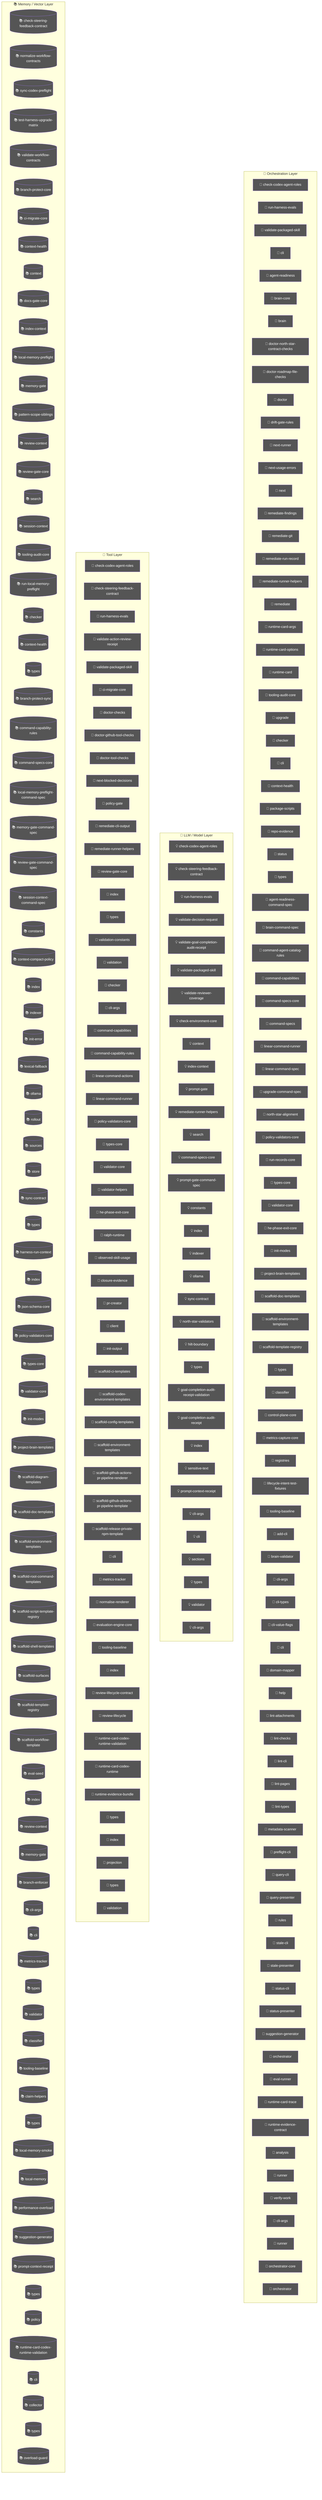
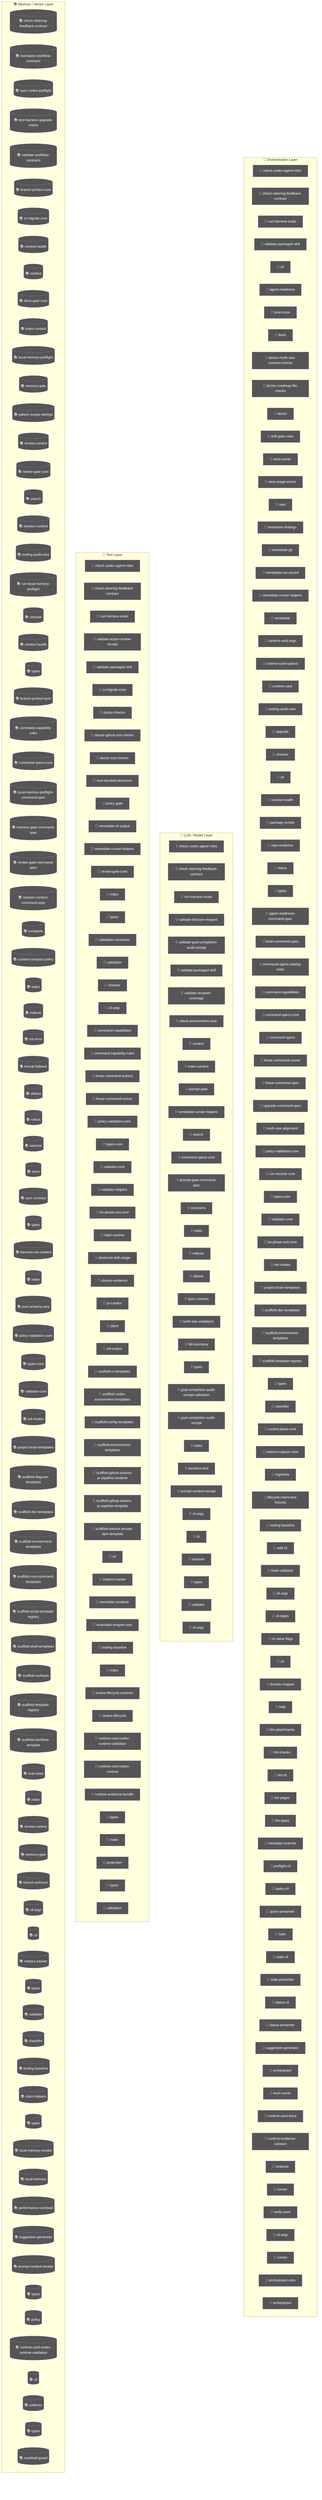
flowchart TD
  subgraph Orchestration["🎯 Orchestration Layer"]
    node_agent_mmd_orchestration_layer_orchestration_chec_7a9f0b64["🤖 check-codex-agent-roles"]
+     node_agent_mmd_orchestration_layer_orchestration_chec_7fd47f5c["🤖 check-steering-feedback-contract"]
    node_agent_mmd_orchestration_layer_orchestration_run__18817957["🤖 run-harness-evals"]
    node_agent_mmd_orchestration_layer_orchestration_vali_c01b04be["🤖 validate-packaged-skill"]
    cli_99bb8840["🤖 cli"]
    agent_readiness_c82c68e6["🤖 agent-readiness"]
    brain_core_aa07c380["🤖 brain-core"]
    brain_bbbf7a64["🤖 brain"]
    doctor_north_star_contract_checks_0048124c["🤖 doctor-north-star-contract-checks"]
    doctor_roadmap_file_checks_14447b8e["🤖 doctor-roadmap-file-checks"]
    doctor_72f4be89["🤖 doctor"]
    drift_gate_rules_9685e72d["🤖 drift-gate-rules"]
    next_runner_41643472["🤖 next-runner"]
    next_usage_errors_837a345a["🤖 next-usage-errors"]
    next_c6c1c9a9["🤖 next"]
    remediate_findings_8b09c8c6["🤖 remediate-findings"]
    remediate_git_58c6f6f4["🤖 remediate-git"]
    remediate_run_record_9dfe5dc1["🤖 remediate-run-record"]
    node_agent_mmd_orchestration_layer_orchestration_reme_359fe98f["🤖 remediate-runner-helpers"]
    remediate_06b9c7fc["🤖 remediate"]
    runtime_card_args_2b3d4b28["🤖 runtime-card-args"]
    runtime_card_options_c9156ad5["🤖 runtime-card-options"]
    runtime_card_e06b53e1["🤖 runtime-card"]
    node_agent_mmd_orchestration_layer_orchestration_tool_acfe0c01["🤖 tooling-audit-core"]
    upgrade_7fef9479["🤖 upgrade"]
    node_agent_mmd_orchestration_layer_orchestration_chec_0550c395["🤖 checker"]
    cli_1_084e05fe["🤖 cli"]
    node_agent_mmd_orchestration_layer_orchestration_cont_61b3b9c9["🤖 context-health"]
    package_scripts_3ee6150f["🤖 package-scripts"]
    repo_evidence_38bb1de5["🤖 repo-evidence"]
    status_073c1634["🤖 status"]
    node_agent_mmd_orchestration_layer_orchestration_type_4f906dcc["🤖 types"]
    agent_readiness_command_spec_a30c2c1e["🤖 agent-readiness-command-spec"]
    brain_command_spec_15b122d5["🤖 brain-command-spec"]
    command_agent_catalog_rules_8e06b2af["🤖 command-agent-catalog-rules"]
    node_agent_mmd_orchestration_layer_orchestration_comm_6e41a7f7["🤖 command-capabilities"]
    node_agent_mmd_orchestration_layer_orchestration_comm_1f8cc24c["🤖 command-specs-core"]
    command_specs_69167c63["🤖 command-specs"]
    node_agent_mmd_orchestration_layer_orchestration_line_b67affd5["🤖 linear-command-runner"]
    linear_command_spec_1e12dd44["🤖 linear-command-spec"]
    upgrade_command_spec_03f6c7bd["🤖 upgrade-command-spec"]
    north_star_alignment_00440188["🤖 north-star-alignment"]
    node_agent_mmd_orchestration_layer_orchestration_poli_3270b55d["🤖 policy-validators-core"]
    run_records_core_89286dfa["🤖 run-records-core"]
    node_agent_mmd_orchestration_layer_orchestration_type_7cf81261["🤖 types-core"]
    node_agent_mmd_orchestration_layer_orchestration_vali_d9fe99e6["🤖 validator-core"]
    node_agent_mmd_orchestration_layer_orchestration_he_p_fc778c24["🤖 he-phase-exit-core"]
    node_agent_mmd_orchestration_layer_orchestration_init_2a9c3ecb["🤖 init-modes"]
    node_agent_mmd_orchestration_layer_orchestration_proj_6ab6f60f["🤖 project-brain-templates"]
    node_agent_mmd_orchestration_layer_orchestration_scaf_12cc07db["🤖 scaffold-doc-templates"]
    node_agent_mmd_orchestration_layer_orchestration_scaf_c9a90c2f["🤖 scaffold-environment-templates"]
    node_agent_mmd_orchestration_layer_orchestration_scaf_ff8f92f6["🤖 scaffold-template-registry"]
    types_14_fe7507be["🤖 types"]
    node_agent_mmd_orchestration_layer_orchestration_clas_899b821a["🤖 classifier"]
    control_plane_core_db3b4cb2["🤖 control-plane-core"]
    metrics_capture_core_db4bf7cf["🤖 metrics-capture-core"]
    registries_06402afa["🤖 registries"]
    lifecycle_intent_test_fixtures_a53c7ada["🤖 lifecycle-intent-test-fixtures"]
    node_agent_mmd_orchestration_layer_orchestration_tool_cc43149f["🤖 tooling-baseline"]
    add_cli_7614de25["🤖 add-cli"]
    brain_validator_be251832["🤖 brain-validator"]
    cli_args_8_d546936e["🤖 cli-args"]
    cli_types_1686e858["🤖 cli-types"]
    cli_value_flags_732a8e43["🤖 cli-value-flags"]
    cli_9_b54c1407["🤖 cli"]
    domain_mapper_cd9333d2["🤖 domain-mapper"]
    help_106a5842["🤖 help"]
    lint_attachments_873c0632["🤖 lint-attachments"]
    lint_checks_83522b19["🤖 lint-checks"]
    lint_cli_9ec62ec0["🤖 lint-cli"]
    lint_pages_e33301d0["🤖 lint-pages"]
    lint_types_2862c255["🤖 lint-types"]
    metadata_scanner_6a101b66["🤖 metadata-scanner"]
    preflight_cli_5d148379["🤖 preflight-cli"]
    query_cli_b95be64d["🤖 query-cli"]
    query_presenter_02e6077c["🤖 query-presenter"]
    rules_6c621d1a["🤖 rules"]
    stale_cli_64548720["🤖 stale-cli"]
    stale_presenter_1de4e3a2["🤖 stale-presenter"]
    status_cli_4c24a0d6["🤖 status-cli"]
    status_presenter_8de686c1["🤖 status-presenter"]
    node_agent_mmd_orchestration_layer_orchestration_sugg_85c5ebe3["🤖 suggestion-generator"]
    orchestrator_11376b7e["🤖 orchestrator"]
    eval_runner_0966a6b3["🤖 eval-runner"]
    runtime_card_trace_64a5ca95["🤖 runtime-card-trace"]
    runtime_evidence_contract_0f7b15b2["🤖 runtime-evidence-contract"]
    analysis_f44e85c4["🤖 analysis"]
    runner_527aa9f4["🤖 runner"]
    verify_work_1_cd8e7ec3["🤖 verify-work"]
    cli_args_14_3481043e["🤖 cli-args"]
    runner_1_6f281bf8["🤖 runner"]
    orchestrator_core_d0678b53["🤖 orchestrator-core"]
    orchestrator_1_6b7137c5["🤖 orchestrator"]
  end
  subgraph LLMLayer["🧠 LLM / Model Layer"]
    node_agent_mmd_llm_model_layer_llmlayer_check_codex_a_29e7b7fa["💡 check-codex-agent-roles"]
-     node_agent_mmd_llm_model_layer_llmlayer_check_steerin_a7dbbd2f["💡 check-steering-feedback-contract"]
+     node_agent_mmd_llm_model_layer_llmlayer_check_steerin_0e1bf90d["💡 check-steering-feedback-contract"]
    node_agent_mmd_llm_model_layer_llmlayer_run_harness_e_603fcfdc["💡 run-harness-evals"]
    validate_decision_request_2e5c325e["💡 validate-decision-request"]
    validate_goal_completion_audit_receipt_100d252c["💡 validate-goal-completion-audit-receipt"]
    node_agent_mmd_llm_model_layer_llmlayer_validate_pack_2a12e1f4["💡 validate-packaged-skill"]
    validate_reviewer_coverage_251efee3["💡 validate-reviewer-coverage"]
    check_environment_core_2c16213f["💡 check-environment-core"]
    node_agent_mmd_llm_model_layer_llmlayer_context_conte_ad2dfbd9["💡 context"]
    node_agent_mmd_llm_model_layer_llmlayer_index_context_1041bd11["💡 index-context"]
    prompt_gate_c5e9d207["💡 prompt-gate"]
    node_agent_mmd_llm_model_layer_llmlayer_remediate_run_9e3d4585["💡 remediate-runner-helpers"]
    node_agent_mmd_llm_model_layer_llmlayer_search_search_66b9a911["💡 search"]
    node_agent_mmd_llm_model_layer_llmlayer_command_specs_782af9fa["💡 command-specs-core"]
    prompt_gate_command_spec_9a941482["💡 prompt-gate-command-spec"]
    node_agent_mmd_llm_model_layer_llmlayer_constants_con_c9bd3f6c["💡 constants"]
    node_agent_mmd_llm_model_layer_llmlayer_index_index_1_02e160ff["💡 index"]
    node_agent_mmd_llm_model_layer_llmlayer_indexer_index_4f4deef5["💡 indexer"]
    node_agent_mmd_llm_model_layer_llmlayer_ollama_ollama_968b23fa["💡 ollama"]
    node_agent_mmd_llm_model_layer_llmlayer_sync_contract_9f3cc8c1["💡 sync-contract"]
    north_star_validators_cfc926ce["💡 north-star-validators"]
    hilt_boundary_9b36fb15["💡 hilt-boundary"]
    types_8_f6283648["💡 types"]
    goal_completion_audit_receipt_validation_9d0f4891["💡 goal-completion-audit-receipt-validation"]
    goal_completion_audit_receipt_5e4939c3["💡 goal-completion-audit-receipt"]
    index_3_7e40d474["💡 index"]
    sensitive_text_7c11f760["💡 sensitive-text"]
    node_agent_mmd_llm_model_layer_llmlayer_index_index_1_02e160ff["💡 index"]
    node_agent_mmd_llm_model_layer_llmlayer_prompt_contex_6426acc2["💡 prompt-context-receipt"]
    cli_args_9_9c136878["💡 cli-args"]
    cli_10_35dc8cbd["💡 cli"]
    sections_4697ef32["💡 sections"]
    types_24_c63dc1a7["💡 types"]
    validator_6_3688adbf["💡 validator"]
    cli_args_10_861cdd3f["💡 cli-args"]
  end
  subgraph ToolLayer["🔧 Tool Layer"]
    node_agent_mmd_tool_layer_toollayer_check_codex_agent_4b361d5a["🔧 check-codex-agent-roles"]
-     node_agent_mmd_tool_layer_toollayer_check_steering_fe_84ed22c2["🔧 check-steering-feedback-contract"]
+     node_agent_mmd_tool_layer_toollayer_check_steering_fe_eafecf3a["🔧 check-steering-feedback-contract"]
    node_agent_mmd_tool_layer_toollayer_run_harness_evals_e2ee24f1["🔧 run-harness-evals"]
    validate_action_review_receipt_fa2f06c3["🔧 validate-action-review-receipt"]
    node_agent_mmd_tool_layer_toollayer_validate_packaged_2855c827["🔧 validate-packaged-skill"]
    node_agent_mmd_tool_layer_toollayer_ci_migrate_core_c_049f8460["🔧 ci-migrate-core"]
    doctor_checks_5a2eb2b9["🔧 doctor-checks"]
    doctor_github_tool_checks_a53b0382["🔧 doctor-github-tool-checks"]
    doctor_tool_checks_4acac51a["🔧 doctor-tool-checks"]
    next_blocked_decisions_4140ad2b["🔧 next-blocked-decisions"]
    policy_gate_213f7313["🔧 policy-gate"]
    remediate_cli_output_cc165396["🔧 remediate-cli-output"]
    node_agent_mmd_tool_layer_toollayer_remediate_runner__c003b871["🔧 remediate-runner-helpers"]
    node_agent_mmd_tool_layer_toollayer_review_gate_core__7704598b["🔧 review-gate-core"]
    index_1bc04b52["🔧 index"]
    types_1_4ecdf56e["🔧 types"]
    validation_constants_e002a0f6["🔧 validation-constants"]
    validation_98c41dcd["🔧 validation"]
    node_agent_mmd_tool_layer_toollayer_checker_checker_2_453d593b["🔧 checker"]
    cli_args_1_6144b055["🔧 cli-args"]
    node_agent_mmd_tool_layer_toollayer_command_capabilit_7fe13db1["🔧 command-capabilities"]
    node_agent_mmd_tool_layer_toollayer_command_capabilit_e97a4615["🔧 command-capability-rules"]
    linear_command_actions_e430f4f4["🔧 linear-command-actions"]
    node_agent_mmd_tool_layer_toollayer_linear_command_ru_d6763748["🔧 linear-command-runner"]
    node_agent_mmd_tool_layer_toollayer_policy_validators_af136abf["🔧 policy-validators-core"]
    node_agent_mmd_tool_layer_toollayer_types_core_types__6c8319b6["🔧 types-core"]
    node_agent_mmd_tool_layer_toollayer_validator_core_va_6ef6131f["🔧 validator-core"]
    validator_helpers_7b927667["🔧 validator-helpers"]
    node_agent_mmd_tool_layer_toollayer_he_phase_exit_cor_af016160["🔧 he-phase-exit-core"]
    ralph_runtime_73d63c0e["🔧 ralph-runtime"]
    observed_skill_usage_ed7d5930["🔧 observed-skill-usage"]
    closure_evidence_aaa31467["🔧 closure-evidence"]
    pr_creator_dc6b1ea4["🔧 pr-creator"]
    client_948fe603["🔧 client"]
    init_output_360dce91["🔧 init-output"]
    scaffold_ci_templates_2afd6392["🔧 scaffold-ci-templates"]
    scaffold_codex_environment_templates_334fbbed["🔧 scaffold-codex-environment-templates"]
    scaffold_config_templates_4b80ce53["🔧 scaffold-config-templates"]
    node_agent_mmd_tool_layer_toollayer_scaffold_environm_c1afc013["🔧 scaffold-environment-templates"]
    scaffold_github_actions_pr_pipeline_renderer_1ee18de5["🔧 scaffold-github-actions-pr-pipeline-renderer"]
    scaffold_github_actions_pr_pipeline_template_e2b85f62["🔧 scaffold-github-actions-pr-pipeline-template"]
    scaffold_release_private_npm_template_075499f8["🔧 scaffold-release-private-npm-template"]
    node_agent_mmd_tool_layer_toollayer_cli_cli_2_1_32d9eeaf["🔧 cli"]
    node_agent_mmd_tool_layer_toollayer_metrics_tracker_m_4c9237d8["🔧 metrics-tracker"]
    normalise_renderer_85f2e563["🔧 normalise-renderer"]
    evaluation_engine_core_e054fe49["🔧 evaluation-engine-core"]
    node_agent_mmd_tool_layer_toollayer_tooling_baseline__61e66e9f["🔧 tooling-baseline"]
    index_10_f6785a46["🔧 index"]
    review_lifecycle_contract_e5447221["🔧 review-lifecycle-contract"]
    review_lifecycle_89afa64c["🔧 review-lifecycle"]
    node_agent_mmd_tool_layer_toollayer_runtime_card_code_3636ceac["🔧 runtime-card-codex-runtime-validation"]
    runtime_card_codex_runtime_0655e230["🔧 runtime-card-codex-runtime"]
    runtime_evidence_bundle_d471a232["🔧 runtime-evidence-bundle"]
    types_33_16e22a82["🔧 types"]
    index_13_97df39c8["🔧 index"]
    projection_1b250ea1["🔧 projection"]
    types_35_93e66c64["🔧 types"]
    validation_5_42b61683["🔧 validation"]
  end
  subgraph MemoryLayer["📚 Memory / Vector Layer"]
-     node_agent_mmd_memory_vector_layer_memorylayer_check__d71f8993[("📚 check-steering-feedback-contract")]
+     node_agent_mmd_memory_vector_layer_memorylayer_check__64c86928[("📚 check-steering-feedback-contract")]
    normalize_workflow_contracts_8701f1c8[("📚 normalize-workflow-contracts")]
    sync_codex_preflight_7e7a8dc2[("📚 sync-codex-preflight")]
    test_harness_upgrade_matrix_84113c4e[("📚 test-harness-upgrade-matrix")]
    validate_workflow_contracts_33dc063c[("📚 validate-workflow-contracts")]
    branch_protect_core_a8feb0fd[("📚 branch-protect-core")]
    node_agent_mmd_memory_vector_layer_memorylayer_ci_mig_0cd5b1a4[("📚 ci-migrate-core")]
    context_health_80bb7da9[("📚 context-health")]
    node_agent_mmd_memory_vector_layer_memorylayer_contex_78ceaaa9[("📚 context")]
    docs_gate_core_eb9b6c18[("📚 docs-gate-core")]
    node_agent_mmd_memory_vector_layer_memorylayer_index__6f3402d0[("📚 index-context")]
    local_memory_preflight_dcc36c42[("📚 local-memory-preflight")]
    memory_gate_a577a506[("📚 memory-gate")]
    pattern_scope_siblings_43abe000[("📚 pattern-scope-siblings")]
    review_context_ca6cf81d[("📚 review-context")]
    node_agent_mmd_memory_vector_layer_memorylayer_review_5bee9816[("📚 review-gate-core")]
    node_agent_mmd_memory_vector_layer_memorylayer_search_ac35cb7e[("📚 search")]
    session_context_e5ec72c0[("📚 session-context")]
    node_agent_mmd_memory_vector_layer_memorylayer_toolin_a1185b8f[("📚 tooling-audit-core")]
    run_local_memory_preflight_36e92808[("📚 run-local-memory-preflight")]
    node_agent_mmd_memory_vector_layer_memorylayer_checke_a583eb4f[("📚 checker")]
    node_agent_mmd_memory_vector_layer_memorylayer_contex_fe0865d6[("📚 context-health")]
    node_agent_mmd_memory_vector_layer_memorylayer_types__9ad640a0[("📚 types")]
    branch_protect_sync_570adb18[("📚 branch-protect-sync")]
    node_agent_mmd_memory_vector_layer_memorylayer_comman_c72a5d05[("📚 command-capability-rules")]
    node_agent_mmd_memory_vector_layer_memorylayer_comman_111eb454[("📚 command-specs-core")]
    local_memory_preflight_command_spec_9e23f3ce[("📚 local-memory-preflight-command-spec")]
    memory_gate_command_spec_dc9001a9[("📚 memory-gate-command-spec")]
    review_gate_command_spec_3187376a[("📚 review-gate-command-spec")]
    session_context_command_spec_973afbb1[("📚 session-context-command-spec")]
    node_agent_mmd_memory_vector_layer_memorylayer_consta_702d3f46[("📚 constants")]
    context_compact_policy_3dcaf95d[("📚 context-compact-policy")]
    node_agent_mmd_memory_vector_layer_memorylayer_index__752bc61e[("📚 index")]
    node_agent_mmd_memory_vector_layer_memorylayer_indexe_93e6d86f[("📚 indexer")]
    init_error_5c7dd49f[("📚 init-error")]
    lexical_fallback_723e2b3e[("📚 lexical-fallback")]
    node_agent_mmd_memory_vector_layer_memorylayer_ollama_6d51be16[("📚 ollama")]
    rollout_a4fa034c[("📚 rollout")]
    sources_878a52fc[("📚 sources")]
    store_824d80d7[("📚 store")]
    node_agent_mmd_memory_vector_layer_memorylayer_sync_c_e43418bc[("📚 sync-contract")]
    types_6_1818fb91[("📚 types")]
    harness_run_context_ac7c77a9[("📚 harness-run-context")]
    index_2_10143590[("📚 index")]
    json_schema_core_96d7e328[("📚 json-schema-core")]
    node_agent_mmd_memory_vector_layer_memorylayer_policy_1944de42[("📚 policy-validators-core")]
    node_agent_mmd_memory_vector_layer_memorylayer_types__83f369fa[("📚 types-core")]
    node_agent_mmd_memory_vector_layer_memorylayer_valida_41034356[("📚 validator-core")]
    node_agent_mmd_memory_vector_layer_memorylayer_init_m_333d02c5[("📚 init-modes")]
    node_agent_mmd_memory_vector_layer_memorylayer_projec_3ae304d9[("📚 project-brain-templates")]
    scaffold_diagram_templates_dd88e83c[("📚 scaffold-diagram-templates")]
    node_agent_mmd_memory_vector_layer_memorylayer_scaffo_5fd73b94[("📚 scaffold-doc-templates")]
    node_agent_mmd_memory_vector_layer_memorylayer_scaffo_12b42341[("📚 scaffold-environment-templates")]
    scaffold_root_command_templates_404fed7f[("📚 scaffold-root-command-templates")]
    scaffold_script_template_registry_69312d4e[("📚 scaffold-script-template-registry")]
    scaffold_shell_templates_0ad0f915[("📚 scaffold-shell-templates")]
    scaffold_surfaces_12d6494e[("📚 scaffold-surfaces")]
    node_agent_mmd_memory_vector_layer_memorylayer_scaffo_a86eece1[("📚 scaffold-template-registry")]
    scaffold_workflow_template_92310587[("📚 scaffold-workflow-template")]
    eval_seed_5699fd3e[("📚 eval-seed")]
    index_7_b61a3f30[("📚 index")]
    review_context_1_e3afed15[("📚 review-context")]
    memory_gate_1_265164ac[("📚 memory-gate")]
    branch_enforcer_acb749cd[("📚 branch-enforcer")]
    cli_args_5_09ea29f0[("📚 cli-args")]
    node_agent_mmd_memory_vector_layer_memorylayer_cli_cl_1f1f89ab[("📚 cli")]
    node_agent_mmd_memory_vector_layer_memorylayer_metric_12562178[("📚 metrics-tracker")]
    types_16_0fae1112[("📚 types")]
    validator_4_5180cf23[("📚 validator")]
    node_agent_mmd_memory_vector_layer_memorylayer_classi_1ebbf5ff[("📚 classifier")]
    node_agent_mmd_memory_vector_layer_memorylayer_toolin_14f86b00[("📚 tooling-baseline")]
    claim_helpers_20dc8387[("📚 claim-helpers")]
    types_21_5756f9dc[("📚 types")]
    local_memory_smoke_1175abfc[("📚 local-memory-smoke")]
    local_memory_0db17ecc[("📚 local-memory")]
    performance_overload_c685bfcf[("📚 performance-overload")]
    node_agent_mmd_memory_vector_layer_memorylayer_sugges_267f408d[("📚 suggestion-generator")]
    node_agent_mmd_memory_vector_layer_memorylayer_index__752bc61e[("📚 index")]
    node_agent_mmd_memory_vector_layer_memorylayer_prompt_55c0d605[("📚 prompt-context-receipt")]
    types_28_4476fcc6[("📚 types")]
    policy_1_fc4198db[("📚 policy")]
    node_agent_mmd_memory_vector_layer_memorylayer_runtim_a5d23e7f[("📚 runtime-card-codex-runtime-validation")]
    cli_11_338a8415[("📚 cli")]
    collector_0736fd5b[("📚 collector")]
    types_31_eb363e20[("📚 types")]
    overload_guard_2748c559[("📚 overload-guard")]
  end
  classDef agentNode fill:#555,color:#fff
-   class node_agent_mmd_orchestration_layer_orchestration_chec_7a9f0b64,node_agent_mmd_llm_model_layer_llmlayer_check_codex_a_29e7b7fa,node_agent_mmd_tool_layer_toollayer_check_codex_agent_4b361d5a,node_agent_mmd_orchestration_layer_orchestration_run__18817957,node_agent_mmd_llm_model_layer_llmlayer_run_harness_e_603fcfdc,node_agent_mmd_tool_layer_toollayer_run_harness_evals_e2ee24f1,node_agent_mmd_orchestration_layer_orchestration_vali_c01b04be,node_agent_mmd_llm_model_layer_llmlayer_validate_pack_2a12e1f4,node_agent_mmd_tool_layer_toollayer_validate_packaged_2855c827,cli_99bb8840,agent_readiness_c82c68e6,brain_core_aa07c380,brain_bbbf7a64,doctor_north_star_contract_checks_0048124c,doctor_roadmap_file_checks_14447b8e,doctor_72f4be89,drift_gate_rules_9685e72d,next_runner_41643472,next_usage_errors_837a345a,next_c6c1c9a9,remediate_findings_8b09c8c6,remediate_git_58c6f6f4,remediate_run_record_9dfe5dc1,node_agent_mmd_orchestration_layer_orchestration_reme_359fe98f,node_agent_mmd_llm_model_layer_llmlayer_remediate_run_9e3d4585,node_agent_mmd_tool_layer_toollayer_remediate_runner__c003b871,remediate_06b9c7fc,runtime_card_args_2b3d4b28,runtime_card_options_c9156ad5,runtime_card_e06b53e1,node_agent_mmd_orchestration_layer_orchestration_tool_acfe0c01,node_agent_mmd_memory_vector_layer_memorylayer_toolin_a1185b8f,upgrade_7fef9479,node_agent_mmd_orchestration_layer_orchestration_chec_0550c395,node_agent_mmd_tool_layer_toollayer_checker_checker_2_453d593b,node_agent_mmd_memory_vector_layer_memorylayer_checke_a583eb4f,cli_1_084e05fe,node_agent_mmd_orchestration_layer_orchestration_cont_61b3b9c9,node_agent_mmd_memory_vector_layer_memorylayer_contex_fe0865d6,package_scripts_3ee6150f,repo_evidence_38bb1de5,status_073c1634,node_agent_mmd_orchestration_layer_orchestration_type_4f906dcc,node_agent_mmd_memory_vector_layer_memorylayer_types__9ad640a0,agent_readiness_command_spec_a30c2c1e,brain_command_spec_15b122d5,command_agent_catalog_rules_8e06b2af,node_agent_mmd_orchestration_layer_orchestration_comm_6e41a7f7,node_agent_mmd_tool_layer_toollayer_command_capabilit_7fe13db1,node_agent_mmd_orchestration_layer_orchestration_comm_1f8cc24c,node_agent_mmd_llm_model_layer_llmlayer_command_specs_782af9fa,node_agent_mmd_memory_vector_layer_memorylayer_comman_111eb454,command_specs_69167c63,node_agent_mmd_orchestration_layer_orchestration_line_b67affd5,node_agent_mmd_tool_layer_toollayer_linear_command_ru_d6763748,linear_command_spec_1e12dd44,upgrade_command_spec_03f6c7bd,north_star_alignment_00440188,node_agent_mmd_orchestration_layer_orchestration_poli_3270b55d,node_agent_mmd_tool_layer_toollayer_policy_validators_af136abf,node_agent_mmd_memory_vector_layer_memorylayer_policy_1944de42,run_records_core_89286dfa,node_agent_mmd_orchestration_layer_orchestration_type_7cf81261,node_agent_mmd_tool_layer_toollayer_types_core_types__6c8319b6,node_agent_mmd_memory_vector_layer_memorylayer_types__83f369fa,node_agent_mmd_orchestration_layer_orchestration_vali_d9fe99e6,node_agent_mmd_tool_layer_toollayer_validator_core_va_6ef6131f,node_agent_mmd_memory_vector_layer_memorylayer_valida_41034356,node_agent_mmd_orchestration_layer_orchestration_he_p_fc778c24,node_agent_mmd_tool_layer_toollayer_he_phase_exit_cor_af016160,node_agent_mmd_orchestration_layer_orchestration_init_2a9c3ecb,node_agent_mmd_memory_vector_layer_memorylayer_init_m_333d02c5,node_agent_mmd_orchestration_layer_orchestration_proj_6ab6f60f,node_agent_mmd_memory_vector_layer_memorylayer_projec_3ae304d9,node_agent_mmd_orchestration_layer_orchestration_scaf_12cc07db,node_agent_mmd_memory_vector_layer_memorylayer_scaffo_5fd73b94,node_agent_mmd_orchestration_layer_orchestration_scaf_c9a90c2f,node_agent_mmd_tool_layer_toollayer_scaffold_environm_c1afc013,node_agent_mmd_memory_vector_layer_memorylayer_scaffo_12b42341,node_agent_mmd_orchestration_layer_orchestration_scaf_ff8f92f6,node_agent_mmd_memory_vector_layer_memorylayer_scaffo_a86eece1,types_14_fe7507be,node_agent_mmd_orchestration_layer_orchestration_clas_899b821a,node_agent_mmd_memory_vector_layer_memorylayer_classi_1ebbf5ff,control_plane_core_db3b4cb2,metrics_capture_core_db4bf7cf,registries_06402afa,lifecycle_intent_test_fixtures_a53c7ada,node_agent_mmd_orchestration_layer_orchestration_tool_cc43149f,node_agent_mmd_tool_layer_toollayer_tooling_baseline__61e66e9f,node_agent_mmd_memory_vector_layer_memorylayer_toolin_14f86b00,add_cli_7614de25,brain_validator_be251832,cli_args_8_d546936e,cli_types_1686e858,cli_value_flags_732a8e43,cli_9_b54c1407,domain_mapper_cd9333d2,help_106a5842,lint_attachments_873c0632,lint_checks_83522b19,lint_cli_9ec62ec0,lint_pages_e33301d0,lint_types_2862c255,metadata_scanner_6a101b66,preflight_cli_5d148379,query_cli_b95be64d,query_presenter_02e6077c,rules_6c621d1a,stale_cli_64548720,stale_presenter_1de4e3a2,status_cli_4c24a0d6,status_presenter_8de686c1,node_agent_mmd_orchestration_layer_orchestration_sugg_85c5ebe3,node_agent_mmd_memory_vector_layer_memorylayer_sugges_267f408d,orchestrator_11376b7e,eval_runner_0966a6b3,runtime_card_trace_64a5ca95,runtime_evidence_contract_0f7b15b2,analysis_f44e85c4,runner_527aa9f4,verify_work_1_cd8e7ec3,cli_args_14_3481043e,runner_1_6f281bf8,orchestrator_core_d0678b53,orchestrator_1_6b7137c5 agentNode
+   class node_agent_mmd_orchestration_layer_orchestration_chec_7a9f0b64,node_agent_mmd_llm_model_layer_llmlayer_check_codex_a_29e7b7fa,node_agent_mmd_tool_layer_toollayer_check_codex_agent_4b361d5a,node_agent_mmd_orchestration_layer_orchestration_chec_7fd47f5c,node_agent_mmd_llm_model_layer_llmlayer_check_steerin_0e1bf90d,node_agent_mmd_tool_layer_toollayer_check_steering_fe_eafecf3a,node_agent_mmd_memory_vector_layer_memorylayer_check__64c86928,node_agent_mmd_orchestration_layer_orchestration_run__18817957,node_agent_mmd_llm_model_layer_llmlayer_run_harness_e_603fcfdc,node_agent_mmd_tool_layer_toollayer_run_harness_evals_e2ee24f1,node_agent_mmd_orchestration_layer_orchestration_vali_c01b04be,node_agent_mmd_llm_model_layer_llmlayer_validate_pack_2a12e1f4,node_agent_mmd_tool_layer_toollayer_validate_packaged_2855c827,cli_99bb8840,agent_readiness_c82c68e6,brain_core_aa07c380,brain_bbbf7a64,doctor_north_star_contract_checks_0048124c,doctor_roadmap_file_checks_14447b8e,doctor_72f4be89,drift_gate_rules_9685e72d,next_runner_41643472,next_usage_errors_837a345a,next_c6c1c9a9,remediate_findings_8b09c8c6,remediate_git_58c6f6f4,remediate_run_record_9dfe5dc1,node_agent_mmd_orchestration_layer_orchestration_reme_359fe98f,node_agent_mmd_llm_model_layer_llmlayer_remediate_run_9e3d4585,node_agent_mmd_tool_layer_toollayer_remediate_runner__c003b871,remediate_06b9c7fc,runtime_card_args_2b3d4b28,runtime_card_options_c9156ad5,runtime_card_e06b53e1,node_agent_mmd_orchestration_layer_orchestration_tool_acfe0c01,node_agent_mmd_memory_vector_layer_memorylayer_toolin_a1185b8f,upgrade_7fef9479,node_agent_mmd_orchestration_layer_orchestration_chec_0550c395,node_agent_mmd_tool_layer_toollayer_checker_checker_2_453d593b,node_agent_mmd_memory_vector_layer_memorylayer_checke_a583eb4f,cli_1_084e05fe,node_agent_mmd_orchestration_layer_orchestration_cont_61b3b9c9,node_agent_mmd_memory_vector_layer_memorylayer_contex_fe0865d6,package_scripts_3ee6150f,repo_evidence_38bb1de5,status_073c1634,node_agent_mmd_orchestration_layer_orchestration_type_4f906dcc,node_agent_mmd_memory_vector_layer_memorylayer_types__9ad640a0,agent_readiness_command_spec_a30c2c1e,brain_command_spec_15b122d5,command_agent_catalog_rules_8e06b2af,node_agent_mmd_orchestration_layer_orchestration_comm_6e41a7f7,node_agent_mmd_tool_layer_toollayer_command_capabilit_7fe13db1,node_agent_mmd_orchestration_layer_orchestration_comm_1f8cc24c,node_agent_mmd_llm_model_layer_llmlayer_command_specs_782af9fa,node_agent_mmd_memory_vector_layer_memorylayer_comman_111eb454,command_specs_69167c63,node_agent_mmd_orchestration_layer_orchestration_line_b67affd5,node_agent_mmd_tool_layer_toollayer_linear_command_ru_d6763748,linear_command_spec_1e12dd44,upgrade_command_spec_03f6c7bd,north_star_alignment_00440188,node_agent_mmd_orchestration_layer_orchestration_poli_3270b55d,node_agent_mmd_tool_layer_toollayer_policy_validators_af136abf,node_agent_mmd_memory_vector_layer_memorylayer_policy_1944de42,run_records_core_89286dfa,node_agent_mmd_orchestration_layer_orchestration_type_7cf81261,node_agent_mmd_tool_layer_toollayer_types_core_types__6c8319b6,node_agent_mmd_memory_vector_layer_memorylayer_types__83f369fa,node_agent_mmd_orchestration_layer_orchestration_vali_d9fe99e6,node_agent_mmd_tool_layer_toollayer_validator_core_va_6ef6131f,node_agent_mmd_memory_vector_layer_memorylayer_valida_41034356,node_agent_mmd_orchestration_layer_orchestration_he_p_fc778c24,node_agent_mmd_tool_layer_toollayer_he_phase_exit_cor_af016160,node_agent_mmd_orchestration_layer_orchestration_init_2a9c3ecb,node_agent_mmd_memory_vector_layer_memorylayer_init_m_333d02c5,node_agent_mmd_orchestration_layer_orchestration_proj_6ab6f60f,node_agent_mmd_memory_vector_layer_memorylayer_projec_3ae304d9,node_agent_mmd_orchestration_layer_orchestration_scaf_12cc07db,node_agent_mmd_memory_vector_layer_memorylayer_scaffo_5fd73b94,node_agent_mmd_orchestration_layer_orchestration_scaf_c9a90c2f,node_agent_mmd_tool_layer_toollayer_scaffold_environm_c1afc013,node_agent_mmd_memory_vector_layer_memorylayer_scaffo_12b42341,node_agent_mmd_orchestration_layer_orchestration_scaf_ff8f92f6,node_agent_mmd_memory_vector_layer_memorylayer_scaffo_a86eece1,types_14_fe7507be,node_agent_mmd_orchestration_layer_orchestration_clas_899b821a,node_agent_mmd_memory_vector_layer_memorylayer_classi_1ebbf5ff,control_plane_core_db3b4cb2,metrics_capture_core_db4bf7cf,registries_06402afa,lifecycle_intent_test_fixtures_a53c7ada,node_agent_mmd_orchestration_layer_orchestration_tool_cc43149f,node_agent_mmd_tool_layer_toollayer_tooling_baseline__61e66e9f,node_agent_mmd_memory_vector_layer_memorylayer_toolin_14f86b00,add_cli_7614de25,brain_validator_be251832,cli_args_8_d546936e,cli_types_1686e858,cli_value_flags_732a8e43,cli_9_b54c1407,domain_mapper_cd9333d2,help_106a5842,lint_attachments_873c0632,lint_checks_83522b19,lint_cli_9ec62ec0,lint_pages_e33301d0,lint_types_2862c255,metadata_scanner_6a101b66,preflight_cli_5d148379,query_cli_b95be64d,query_presenter_02e6077c,rules_6c621d1a,stale_cli_64548720,stale_presenter_1de4e3a2,status_cli_4c24a0d6,status_presenter_8de686c1,node_agent_mmd_orchestration_layer_orchestration_sugg_85c5ebe3,node_agent_mmd_memory_vector_layer_memorylayer_sugges_267f408d,orchestrator_11376b7e,eval_runner_0966a6b3,runtime_card_trace_64a5ca95,runtime_evidence_contract_0f7b15b2,analysis_f44e85c4,runner_527aa9f4,verify_work_1_cd8e7ec3,cli_args_14_3481043e,runner_1_6f281bf8,orchestrator_core_d0678b53,orchestrator_1_6b7137c5 agentNode
  classDef llmNode fill:#555,color:#fff
-   class node_agent_mmd_orchestration_layer_orchestration_chec_7a9f0b64,node_agent_mmd_llm_model_layer_llmlayer_check_codex_a_29e7b7fa,node_agent_mmd_tool_layer_toollayer_check_codex_agent_4b361d5a,node_agent_mmd_llm_model_layer_llmlayer_check_steerin_a7dbbd2f,node_agent_mmd_tool_layer_toollayer_check_steering_fe_84ed22c2,node_agent_mmd_memory_vector_layer_memorylayer_check__d71f8993,node_agent_mmd_orchestration_layer_orchestration_run__18817957,node_agent_mmd_llm_model_layer_llmlayer_run_harness_e_603fcfdc,node_agent_mmd_tool_layer_toollayer_run_harness_evals_e2ee24f1,validate_decision_request_2e5c325e,validate_goal_completion_audit_receipt_100d252c,node_agent_mmd_orchestration_layer_orchestration_vali_c01b04be,node_agent_mmd_llm_model_layer_llmlayer_validate_pack_2a12e1f4,node_agent_mmd_tool_layer_toollayer_validate_packaged_2855c827,validate_reviewer_coverage_251efee3,check_environment_core_2c16213f,node_agent_mmd_llm_model_layer_llmlayer_context_conte_ad2dfbd9,node_agent_mmd_memory_vector_layer_memorylayer_contex_78ceaaa9,node_agent_mmd_llm_model_layer_llmlayer_index_context_1041bd11,node_agent_mmd_memory_vector_layer_memorylayer_index__6f3402d0,prompt_gate_c5e9d207,node_agent_mmd_orchestration_layer_orchestration_reme_359fe98f,node_agent_mmd_llm_model_layer_llmlayer_remediate_run_9e3d4585,node_agent_mmd_tool_layer_toollayer_remediate_runner__c003b871,node_agent_mmd_llm_model_layer_llmlayer_search_search_66b9a911,node_agent_mmd_memory_vector_layer_memorylayer_search_ac35cb7e,node_agent_mmd_orchestration_layer_orchestration_comm_1f8cc24c,node_agent_mmd_llm_model_layer_llmlayer_command_specs_782af9fa,node_agent_mmd_memory_vector_layer_memorylayer_comman_111eb454,prompt_gate_command_spec_9a941482,node_agent_mmd_llm_model_layer_llmlayer_constants_con_c9bd3f6c,node_agent_mmd_memory_vector_layer_memorylayer_consta_702d3f46,node_agent_mmd_llm_model_layer_llmlayer_index_index_1_02e160ff,node_agent_mmd_memory_vector_layer_memorylayer_index__752bc61e,node_agent_mmd_llm_model_layer_llmlayer_indexer_index_4f4deef5,node_agent_mmd_memory_vector_layer_memorylayer_indexe_93e6d86f,node_agent_mmd_llm_model_layer_llmlayer_ollama_ollama_968b23fa,node_agent_mmd_memory_vector_layer_memorylayer_ollama_6d51be16,node_agent_mmd_llm_model_layer_llmlayer_sync_contract_9f3cc8c1,node_agent_mmd_memory_vector_layer_memorylayer_sync_c_e43418bc,north_star_validators_cfc926ce,hilt_boundary_9b36fb15,types_8_f6283648,goal_completion_audit_receipt_validation_9d0f4891,goal_completion_audit_receipt_5e4939c3,index_3_7e40d474,sensitive_text_7c11f760,node_agent_mmd_llm_model_layer_llmlayer_prompt_contex_6426acc2,node_agent_mmd_memory_vector_layer_memorylayer_prompt_55c0d605,cli_args_9_9c136878,cli_10_35dc8cbd,sections_4697ef32,types_24_c63dc1a7,validator_6_3688adbf,cli_args_10_861cdd3f llmNode
+   class node_agent_mmd_orchestration_layer_orchestration_chec_7a9f0b64,node_agent_mmd_llm_model_layer_llmlayer_check_codex_a_29e7b7fa,node_agent_mmd_tool_layer_toollayer_check_codex_agent_4b361d5a,node_agent_mmd_orchestration_layer_orchestration_chec_7fd47f5c,node_agent_mmd_llm_model_layer_llmlayer_check_steerin_0e1bf90d,node_agent_mmd_tool_layer_toollayer_check_steering_fe_eafecf3a,node_agent_mmd_memory_vector_layer_memorylayer_check__64c86928,node_agent_mmd_orchestration_layer_orchestration_run__18817957,node_agent_mmd_llm_model_layer_llmlayer_run_harness_e_603fcfdc,node_agent_mmd_tool_layer_toollayer_run_harness_evals_e2ee24f1,validate_decision_request_2e5c325e,validate_goal_completion_audit_receipt_100d252c,node_agent_mmd_orchestration_layer_orchestration_vali_c01b04be,node_agent_mmd_llm_model_layer_llmlayer_validate_pack_2a12e1f4,node_agent_mmd_tool_layer_toollayer_validate_packaged_2855c827,validate_reviewer_coverage_251efee3,check_environment_core_2c16213f,node_agent_mmd_llm_model_layer_llmlayer_context_conte_ad2dfbd9,node_agent_mmd_memory_vector_layer_memorylayer_contex_78ceaaa9,node_agent_mmd_llm_model_layer_llmlayer_index_context_1041bd11,node_agent_mmd_memory_vector_layer_memorylayer_index__6f3402d0,prompt_gate_c5e9d207,node_agent_mmd_orchestration_layer_orchestration_reme_359fe98f,node_agent_mmd_llm_model_layer_llmlayer_remediate_run_9e3d4585,node_agent_mmd_tool_layer_toollayer_remediate_runner__c003b871,node_agent_mmd_llm_model_layer_llmlayer_search_search_66b9a911,node_agent_mmd_memory_vector_layer_memorylayer_search_ac35cb7e,node_agent_mmd_orchestration_layer_orchestration_comm_1f8cc24c,node_agent_mmd_llm_model_layer_llmlayer_command_specs_782af9fa,node_agent_mmd_memory_vector_layer_memorylayer_comman_111eb454,prompt_gate_command_spec_9a941482,node_agent_mmd_llm_model_layer_llmlayer_constants_con_c9bd3f6c,node_agent_mmd_memory_vector_layer_memorylayer_consta_702d3f46,node_agent_mmd_llm_model_layer_llmlayer_index_index_1_02e160ff,node_agent_mmd_memory_vector_layer_memorylayer_index__752bc61e,node_agent_mmd_llm_model_layer_llmlayer_indexer_index_4f4deef5,node_agent_mmd_memory_vector_layer_memorylayer_indexe_93e6d86f,node_agent_mmd_llm_model_layer_llmlayer_ollama_ollama_968b23fa,node_agent_mmd_memory_vector_layer_memorylayer_ollama_6d51be16,node_agent_mmd_llm_model_layer_llmlayer_sync_contract_9f3cc8c1,node_agent_mmd_memory_vector_layer_memorylayer_sync_c_e43418bc,north_star_validators_cfc926ce,hilt_boundary_9b36fb15,types_8_f6283648,goal_completion_audit_receipt_validation_9d0f4891,goal_completion_audit_receipt_5e4939c3,index_3_7e40d474,sensitive_text_7c11f760,node_agent_mmd_llm_model_layer_llmlayer_prompt_contex_6426acc2,node_agent_mmd_memory_vector_layer_memorylayer_prompt_55c0d605,cli_args_9_9c136878,cli_10_35dc8cbd,sections_4697ef32,types_24_c63dc1a7,validator_6_3688adbf,cli_args_10_861cdd3f llmNode
  classDef toolNode fill:#555,color:#fff
-   class node_agent_mmd_orchestration_layer_orchestration_chec_7a9f0b64,node_agent_mmd_llm_model_layer_llmlayer_check_codex_a_29e7b7fa,node_agent_mmd_tool_layer_toollayer_check_codex_agent_4b361d5a,node_agent_mmd_llm_model_layer_llmlayer_check_steerin_a7dbbd2f,node_agent_mmd_tool_layer_toollayer_check_steering_fe_84ed22c2,node_agent_mmd_memory_vector_layer_memorylayer_check__d71f8993,node_agent_mmd_orchestration_layer_orchestration_run__18817957,node_agent_mmd_llm_model_layer_llmlayer_run_harness_e_603fcfdc,node_agent_mmd_tool_layer_toollayer_run_harness_evals_e2ee24f1,validate_action_review_receipt_fa2f06c3,node_agent_mmd_orchestration_layer_orchestration_vali_c01b04be,node_agent_mmd_llm_model_layer_llmlayer_validate_pack_2a12e1f4,node_agent_mmd_tool_layer_toollayer_validate_packaged_2855c827,node_agent_mmd_tool_layer_toollayer_ci_migrate_core_c_049f8460,node_agent_mmd_memory_vector_layer_memorylayer_ci_mig_0cd5b1a4,doctor_checks_5a2eb2b9,doctor_github_tool_checks_a53b0382,doctor_tool_checks_4acac51a,next_blocked_decisions_4140ad2b,policy_gate_213f7313,remediate_cli_output_cc165396,node_agent_mmd_orchestration_layer_orchestration_reme_359fe98f,node_agent_mmd_llm_model_layer_llmlayer_remediate_run_9e3d4585,node_agent_mmd_tool_layer_toollayer_remediate_runner__c003b871,node_agent_mmd_tool_layer_toollayer_review_gate_core__7704598b,node_agent_mmd_memory_vector_layer_memorylayer_review_5bee9816,index_1bc04b52,types_1_4ecdf56e,validation_constants_e002a0f6,validation_98c41dcd,node_agent_mmd_orchestration_layer_orchestration_chec_0550c395,node_agent_mmd_tool_layer_toollayer_checker_checker_2_453d593b,node_agent_mmd_memory_vector_layer_memorylayer_checke_a583eb4f,cli_args_1_6144b055,node_agent_mmd_orchestration_layer_orchestration_comm_6e41a7f7,node_agent_mmd_tool_layer_toollayer_command_capabilit_7fe13db1,node_agent_mmd_tool_layer_toollayer_command_capabilit_e97a4615,node_agent_mmd_memory_vector_layer_memorylayer_comman_c72a5d05,linear_command_actions_e430f4f4,node_agent_mmd_orchestration_layer_orchestration_line_b67affd5,node_agent_mmd_tool_layer_toollayer_linear_command_ru_d6763748,node_agent_mmd_orchestration_layer_orchestration_poli_3270b55d,node_agent_mmd_tool_layer_toollayer_policy_validators_af136abf,node_agent_mmd_memory_vector_layer_memorylayer_policy_1944de42,node_agent_mmd_orchestration_layer_orchestration_type_7cf81261,node_agent_mmd_tool_layer_toollayer_types_core_types__6c8319b6,node_agent_mmd_memory_vector_layer_memorylayer_types__83f369fa,node_agent_mmd_orchestration_layer_orchestration_vali_d9fe99e6,node_agent_mmd_tool_layer_toollayer_validator_core_va_6ef6131f,node_agent_mmd_memory_vector_layer_memorylayer_valida_41034356,validator_helpers_7b927667,node_agent_mmd_orchestration_layer_orchestration_he_p_fc778c24,node_agent_mmd_tool_layer_toollayer_he_phase_exit_cor_af016160,ralph_runtime_73d63c0e,observed_skill_usage_ed7d5930,closure_evidence_aaa31467,pr_creator_dc6b1ea4,client_948fe603,init_output_360dce91,scaffold_ci_templates_2afd6392,scaffold_codex_environment_templates_334fbbed,scaffold_config_templates_4b80ce53,node_agent_mmd_orchestration_layer_orchestration_scaf_c9a90c2f,node_agent_mmd_tool_layer_toollayer_scaffold_environm_c1afc013,node_agent_mmd_memory_vector_layer_memorylayer_scaffo_12b42341,scaffold_github_actions_pr_pipeline_renderer_1ee18de5,scaffold_github_actions_pr_pipeline_template_e2b85f62,scaffold_release_private_npm_template_075499f8,node_agent_mmd_tool_layer_toollayer_cli_cli_2_1_32d9eeaf,node_agent_mmd_memory_vector_layer_memorylayer_cli_cl_1f1f89ab,node_agent_mmd_tool_layer_toollayer_metrics_tracker_m_4c9237d8,node_agent_mmd_memory_vector_layer_memorylayer_metric_12562178,normalise_renderer_85f2e563,evaluation_engine_core_e054fe49,node_agent_mmd_orchestration_layer_orchestration_tool_cc43149f,node_agent_mmd_tool_layer_toollayer_tooling_baseline__61e66e9f,node_agent_mmd_memory_vector_layer_memorylayer_toolin_14f86b00,index_10_f6785a46,review_lifecycle_contract_e5447221,review_lifecycle_89afa64c,node_agent_mmd_tool_layer_toollayer_runtime_card_code_3636ceac,node_agent_mmd_memory_vector_layer_memorylayer_runtim_a5d23e7f,runtime_card_codex_runtime_0655e230,runtime_evidence_bundle_d471a232,types_33_16e22a82,index_13_97df39c8,projection_1b250ea1,types_35_93e66c64,validation_5_42b61683 toolNode
+   class node_agent_mmd_orchestration_layer_orchestration_chec_7a9f0b64,node_agent_mmd_llm_model_layer_llmlayer_check_codex_a_29e7b7fa,node_agent_mmd_tool_layer_toollayer_check_codex_agent_4b361d5a,node_agent_mmd_orchestration_layer_orchestration_chec_7fd47f5c,node_agent_mmd_llm_model_layer_llmlayer_check_steerin_0e1bf90d,node_agent_mmd_tool_layer_toollayer_check_steering_fe_eafecf3a,node_agent_mmd_memory_vector_layer_memorylayer_check__64c86928,node_agent_mmd_orchestration_layer_orchestration_run__18817957,node_agent_mmd_llm_model_layer_llmlayer_run_harness_e_603fcfdc,node_agent_mmd_tool_layer_toollayer_run_harness_evals_e2ee24f1,validate_action_review_receipt_fa2f06c3,node_agent_mmd_orchestration_layer_orchestration_vali_c01b04be,node_agent_mmd_llm_model_layer_llmlayer_validate_pack_2a12e1f4,node_agent_mmd_tool_layer_toollayer_validate_packaged_2855c827,node_agent_mmd_tool_layer_toollayer_ci_migrate_core_c_049f8460,node_agent_mmd_memory_vector_layer_memorylayer_ci_mig_0cd5b1a4,doctor_checks_5a2eb2b9,doctor_github_tool_checks_a53b0382,doctor_tool_checks_4acac51a,next_blocked_decisions_4140ad2b,policy_gate_213f7313,remediate_cli_output_cc165396,node_agent_mmd_orchestration_layer_orchestration_reme_359fe98f,node_agent_mmd_llm_model_layer_llmlayer_remediate_run_9e3d4585,node_agent_mmd_tool_layer_toollayer_remediate_runner__c003b871,node_agent_mmd_tool_layer_toollayer_review_gate_core__7704598b,node_agent_mmd_memory_vector_layer_memorylayer_review_5bee9816,index_1bc04b52,types_1_4ecdf56e,validation_constants_e002a0f6,validation_98c41dcd,node_agent_mmd_orchestration_layer_orchestration_chec_0550c395,node_agent_mmd_tool_layer_toollayer_checker_checker_2_453d593b,node_agent_mmd_memory_vector_layer_memorylayer_checke_a583eb4f,cli_args_1_6144b055,node_agent_mmd_orchestration_layer_orchestration_comm_6e41a7f7,node_agent_mmd_tool_layer_toollayer_command_capabilit_7fe13db1,node_agent_mmd_tool_layer_toollayer_command_capabilit_e97a4615,node_agent_mmd_memory_vector_layer_memorylayer_comman_c72a5d05,linear_command_actions_e430f4f4,node_agent_mmd_orchestration_layer_orchestration_line_b67affd5,node_agent_mmd_tool_layer_toollayer_linear_command_ru_d6763748,node_agent_mmd_orchestration_layer_orchestration_poli_3270b55d,node_agent_mmd_tool_layer_toollayer_policy_validators_af136abf,node_agent_mmd_memory_vector_layer_memorylayer_policy_1944de42,node_agent_mmd_orchestration_layer_orchestration_type_7cf81261,node_agent_mmd_tool_layer_toollayer_types_core_types__6c8319b6,node_agent_mmd_memory_vector_layer_memorylayer_types__83f369fa,node_agent_mmd_orchestration_layer_orchestration_vali_d9fe99e6,node_agent_mmd_tool_layer_toollayer_validator_core_va_6ef6131f,node_agent_mmd_memory_vector_layer_memorylayer_valida_41034356,validator_helpers_7b927667,node_agent_mmd_orchestration_layer_orchestration_he_p_fc778c24,node_agent_mmd_tool_layer_toollayer_he_phase_exit_cor_af016160,ralph_runtime_73d63c0e,observed_skill_usage_ed7d5930,closure_evidence_aaa31467,pr_creator_dc6b1ea4,client_948fe603,init_output_360dce91,scaffold_ci_templates_2afd6392,scaffold_codex_environment_templates_334fbbed,scaffold_config_templates_4b80ce53,node_agent_mmd_orchestration_layer_orchestration_scaf_c9a90c2f,node_agent_mmd_tool_layer_toollayer_scaffold_environm_c1afc013,node_agent_mmd_memory_vector_layer_memorylayer_scaffo_12b42341,scaffold_github_actions_pr_pipeline_renderer_1ee18de5,scaffold_github_actions_pr_pipeline_template_e2b85f62,scaffold_release_private_npm_template_075499f8,node_agent_mmd_tool_layer_toollayer_cli_cli_2_1_32d9eeaf,node_agent_mmd_memory_vector_layer_memorylayer_cli_cl_1f1f89ab,node_agent_mmd_tool_layer_toollayer_metrics_tracker_m_4c9237d8,node_agent_mmd_memory_vector_layer_memorylayer_metric_12562178,normalise_renderer_85f2e563,evaluation_engine_core_e054fe49,node_agent_mmd_orchestration_layer_orchestration_tool_cc43149f,node_agent_mmd_tool_layer_toollayer_tooling_baseline__61e66e9f,node_agent_mmd_memory_vector_layer_memorylayer_toolin_14f86b00,index_10_f6785a46,review_lifecycle_contract_e5447221,review_lifecycle_89afa64c,node_agent_mmd_tool_layer_toollayer_runtime_card_code_3636ceac,node_agent_mmd_memory_vector_layer_memorylayer_runtim_a5d23e7f,runtime_card_codex_runtime_0655e230,runtime_evidence_bundle_d471a232,types_33_16e22a82,index_13_97df39c8,projection_1b250ea1,types_35_93e66c64,validation_5_42b61683 toolNode
  classDef memNode fill:#555,color:#fff
-   class node_agent_mmd_llm_model_layer_llmlayer_check_steerin_a7dbbd2f,node_agent_mmd_tool_layer_toollayer_check_steering_fe_84ed22c2,node_agent_mmd_memory_vector_layer_memorylayer_check__d71f8993,normalize_workflow_contracts_8701f1c8,sync_codex_preflight_7e7a8dc2,test_harness_upgrade_matrix_84113c4e,validate_workflow_contracts_33dc063c,branch_protect_core_a8feb0fd,node_agent_mmd_tool_layer_toollayer_ci_migrate_core_c_049f8460,node_agent_mmd_memory_vector_layer_memorylayer_ci_mig_0cd5b1a4,context_health_80bb7da9,node_agent_mmd_llm_model_layer_llmlayer_context_conte_ad2dfbd9,node_agent_mmd_memory_vector_layer_memorylayer_contex_78ceaaa9,docs_gate_core_eb9b6c18,node_agent_mmd_llm_model_layer_llmlayer_index_context_1041bd11,node_agent_mmd_memory_vector_layer_memorylayer_index__6f3402d0,local_memory_preflight_dcc36c42,memory_gate_a577a506,pattern_scope_siblings_43abe000,review_context_ca6cf81d,node_agent_mmd_tool_layer_toollayer_review_gate_core__7704598b,node_agent_mmd_memory_vector_layer_memorylayer_review_5bee9816,node_agent_mmd_llm_model_layer_llmlayer_search_search_66b9a911,node_agent_mmd_memory_vector_layer_memorylayer_search_ac35cb7e,session_context_e5ec72c0,node_agent_mmd_orchestration_layer_orchestration_tool_acfe0c01,node_agent_mmd_memory_vector_layer_memorylayer_toolin_a1185b8f,run_local_memory_preflight_36e92808,node_agent_mmd_orchestration_layer_orchestration_chec_0550c395,node_agent_mmd_tool_layer_toollayer_checker_checker_2_453d593b,node_agent_mmd_memory_vector_layer_memorylayer_checke_a583eb4f,node_agent_mmd_orchestration_layer_orchestration_cont_61b3b9c9,node_agent_mmd_memory_vector_layer_memorylayer_contex_fe0865d6,node_agent_mmd_orchestration_layer_orchestration_type_4f906dcc,node_agent_mmd_memory_vector_layer_memorylayer_types__9ad640a0,branch_protect_sync_570adb18,node_agent_mmd_tool_layer_toollayer_command_capabilit_e97a4615,node_agent_mmd_memory_vector_layer_memorylayer_comman_c72a5d05,node_agent_mmd_orchestration_layer_orchestration_comm_1f8cc24c,node_agent_mmd_llm_model_layer_llmlayer_command_specs_782af9fa,node_agent_mmd_memory_vector_layer_memorylayer_comman_111eb454,local_memory_preflight_command_spec_9e23f3ce,memory_gate_command_spec_dc9001a9,review_gate_command_spec_3187376a,session_context_command_spec_973afbb1,node_agent_mmd_llm_model_layer_llmlayer_constants_con_c9bd3f6c,node_agent_mmd_memory_vector_layer_memorylayer_consta_702d3f46,context_compact_policy_3dcaf95d,node_agent_mmd_llm_model_layer_llmlayer_index_index_1_02e160ff,node_agent_mmd_memory_vector_layer_memorylayer_index__752bc61e,node_agent_mmd_llm_model_layer_llmlayer_indexer_index_4f4deef5,node_agent_mmd_memory_vector_layer_memorylayer_indexe_93e6d86f,init_error_5c7dd49f,lexical_fallback_723e2b3e,node_agent_mmd_llm_model_layer_llmlayer_ollama_ollama_968b23fa,node_agent_mmd_memory_vector_layer_memorylayer_ollama_6d51be16,rollout_a4fa034c,sources_878a52fc,store_824d80d7,node_agent_mmd_llm_model_layer_llmlayer_sync_contract_9f3cc8c1,node_agent_mmd_memory_vector_layer_memorylayer_sync_c_e43418bc,types_6_1818fb91,harness_run_context_ac7c77a9,index_2_10143590,json_schema_core_96d7e328,node_agent_mmd_orchestration_layer_orchestration_poli_3270b55d,node_agent_mmd_tool_layer_toollayer_policy_validators_af136abf,node_agent_mmd_memory_vector_layer_memorylayer_policy_1944de42,node_agent_mmd_orchestration_layer_orchestration_type_7cf81261,node_agent_mmd_tool_layer_toollayer_types_core_types__6c8319b6,node_agent_mmd_memory_vector_layer_memorylayer_types__83f369fa,node_agent_mmd_orchestration_layer_orchestration_vali_d9fe99e6,node_agent_mmd_tool_layer_toollayer_validator_core_va_6ef6131f,node_agent_mmd_memory_vector_layer_memorylayer_valida_41034356,node_agent_mmd_orchestration_layer_orchestration_init_2a9c3ecb,node_agent_mmd_memory_vector_layer_memorylayer_init_m_333d02c5,node_agent_mmd_orchestration_layer_orchestration_proj_6ab6f60f,node_agent_mmd_memory_vector_layer_memorylayer_projec_3ae304d9,scaffold_diagram_templates_dd88e83c,node_agent_mmd_orchestration_layer_orchestration_scaf_12cc07db,node_agent_mmd_memory_vector_layer_memorylayer_scaffo_5fd73b94,node_agent_mmd_orchestration_layer_orchestration_scaf_c9a90c2f,node_agent_mmd_tool_layer_toollayer_scaffold_environm_c1afc013,node_agent_mmd_memory_vector_layer_memorylayer_scaffo_12b42341,scaffold_root_command_templates_404fed7f,scaffold_script_template_registry_69312d4e,scaffold_shell_templates_0ad0f915,scaffold_surfaces_12d6494e,node_agent_mmd_orchestration_layer_orchestration_scaf_ff8f92f6,node_agent_mmd_memory_vector_layer_memorylayer_scaffo_a86eece1,scaffold_workflow_template_92310587,eval_seed_5699fd3e,index_7_b61a3f30,review_context_1_e3afed15,memory_gate_1_265164ac,branch_enforcer_acb749cd,cli_args_5_09ea29f0,node_agent_mmd_tool_layer_toollayer_cli_cli_2_1_32d9eeaf,node_agent_mmd_memory_vector_layer_memorylayer_cli_cl_1f1f89ab,node_agent_mmd_tool_layer_toollayer_metrics_tracker_m_4c9237d8,node_agent_mmd_memory_vector_layer_memorylayer_metric_12562178,types_16_0fae1112,validator_4_5180cf23,node_agent_mmd_orchestration_layer_orchestration_clas_899b821a,node_agent_mmd_memory_vector_layer_memorylayer_classi_1ebbf5ff,node_agent_mmd_orchestration_layer_orchestration_tool_cc43149f,node_agent_mmd_tool_layer_toollayer_tooling_baseline__61e66e9f,node_agent_mmd_memory_vector_layer_memorylayer_toolin_14f86b00,claim_helpers_20dc8387,types_21_5756f9dc,local_memory_smoke_1175abfc,local_memory_0db17ecc,performance_overload_c685bfcf,node_agent_mmd_orchestration_layer_orchestration_sugg_85c5ebe3,node_agent_mmd_memory_vector_layer_memorylayer_sugges_267f408d,node_agent_mmd_llm_model_layer_llmlayer_prompt_contex_6426acc2,node_agent_mmd_memory_vector_layer_memorylayer_prompt_55c0d605,types_28_4476fcc6,policy_1_fc4198db,node_agent_mmd_tool_layer_toollayer_runtime_card_code_3636ceac,node_agent_mmd_memory_vector_layer_memorylayer_runtim_a5d23e7f,cli_11_338a8415,collector_0736fd5b,types_31_eb363e20,overload_guard_2748c559 memNode
+   class node_agent_mmd_orchestration_layer_orchestration_chec_7fd47f5c,node_agent_mmd_llm_model_layer_llmlayer_check_steerin_0e1bf90d,node_agent_mmd_tool_layer_toollayer_check_steering_fe_eafecf3a,node_agent_mmd_memory_vector_layer_memorylayer_check__64c86928,normalize_workflow_contracts_8701f1c8,sync_codex_preflight_7e7a8dc2,test_harness_upgrade_matrix_84113c4e,validate_workflow_contracts_33dc063c,branch_protect_core_a8feb0fd,node_agent_mmd_tool_layer_toollayer_ci_migrate_core_c_049f8460,node_agent_mmd_memory_vector_layer_memorylayer_ci_mig_0cd5b1a4,context_health_80bb7da9,node_agent_mmd_llm_model_layer_llmlayer_context_conte_ad2dfbd9,node_agent_mmd_memory_vector_layer_memorylayer_contex_78ceaaa9,docs_gate_core_eb9b6c18,node_agent_mmd_llm_model_layer_llmlayer_index_context_1041bd11,node_agent_mmd_memory_vector_layer_memorylayer_index__6f3402d0,local_memory_preflight_dcc36c42,memory_gate_a577a506,pattern_scope_siblings_43abe000,review_context_ca6cf81d,node_agent_mmd_tool_layer_toollayer_review_gate_core__7704598b,node_agent_mmd_memory_vector_layer_memorylayer_review_5bee9816,node_agent_mmd_llm_model_layer_llmlayer_search_search_66b9a911,node_agent_mmd_memory_vector_layer_memorylayer_search_ac35cb7e,session_context_e5ec72c0,node_agent_mmd_orchestration_layer_orchestration_tool_acfe0c01,node_agent_mmd_memory_vector_layer_memorylayer_toolin_a1185b8f,run_local_memory_preflight_36e92808,node_agent_mmd_orchestration_layer_orchestration_chec_0550c395,node_agent_mmd_tool_layer_toollayer_checker_checker_2_453d593b,node_agent_mmd_memory_vector_layer_memorylayer_checke_a583eb4f,node_agent_mmd_orchestration_layer_orchestration_cont_61b3b9c9,node_agent_mmd_memory_vector_layer_memorylayer_contex_fe0865d6,node_agent_mmd_orchestration_layer_orchestration_type_4f906dcc,node_agent_mmd_memory_vector_layer_memorylayer_types__9ad640a0,branch_protect_sync_570adb18,node_agent_mmd_tool_layer_toollayer_command_capabilit_e97a4615,node_agent_mmd_memory_vector_layer_memorylayer_comman_c72a5d05,node_agent_mmd_orchestration_layer_orchestration_comm_1f8cc24c,node_agent_mmd_llm_model_layer_llmlayer_command_specs_782af9fa,node_agent_mmd_memory_vector_layer_memorylayer_comman_111eb454,local_memory_preflight_command_spec_9e23f3ce,memory_gate_command_spec_dc9001a9,review_gate_command_spec_3187376a,session_context_command_spec_973afbb1,node_agent_mmd_llm_model_layer_llmlayer_constants_con_c9bd3f6c,node_agent_mmd_memory_vector_layer_memorylayer_consta_702d3f46,context_compact_policy_3dcaf95d,node_agent_mmd_llm_model_layer_llmlayer_index_index_1_02e160ff,node_agent_mmd_memory_vector_layer_memorylayer_index__752bc61e,node_agent_mmd_llm_model_layer_llmlayer_indexer_index_4f4deef5,node_agent_mmd_memory_vector_layer_memorylayer_indexe_93e6d86f,init_error_5c7dd49f,lexical_fallback_723e2b3e,node_agent_mmd_llm_model_layer_llmlayer_ollama_ollama_968b23fa,node_agent_mmd_memory_vector_layer_memorylayer_ollama_6d51be16,rollout_a4fa034c,sources_878a52fc,store_824d80d7,node_agent_mmd_llm_model_layer_llmlayer_sync_contract_9f3cc8c1,node_agent_mmd_memory_vector_layer_memorylayer_sync_c_e43418bc,types_6_1818fb91,harness_run_context_ac7c77a9,index_2_10143590,json_schema_core_96d7e328,node_agent_mmd_orchestration_layer_orchestration_poli_3270b55d,node_agent_mmd_tool_layer_toollayer_policy_validators_af136abf,node_agent_mmd_memory_vector_layer_memorylayer_policy_1944de42,node_agent_mmd_orchestration_layer_orchestration_type_7cf81261,node_agent_mmd_tool_layer_toollayer_types_core_types__6c8319b6,node_agent_mmd_memory_vector_layer_memorylayer_types__83f369fa,node_agent_mmd_orchestration_layer_orchestration_vali_d9fe99e6,node_agent_mmd_tool_layer_toollayer_validator_core_va_6ef6131f,node_agent_mmd_memory_vector_layer_memorylayer_valida_41034356,node_agent_mmd_orchestration_layer_orchestration_init_2a9c3ecb,node_agent_mmd_memory_vector_layer_memorylayer_init_m_333d02c5,node_agent_mmd_orchestration_layer_orchestration_proj_6ab6f60f,node_agent_mmd_memory_vector_layer_memorylayer_projec_3ae304d9,scaffold_diagram_templates_dd88e83c,node_agent_mmd_orchestration_layer_orchestration_scaf_12cc07db,node_agent_mmd_memory_vector_layer_memorylayer_scaffo_5fd73b94,node_agent_mmd_orchestration_layer_orchestration_scaf_c9a90c2f,node_agent_mmd_tool_layer_toollayer_scaffold_environm_c1afc013,node_agent_mmd_memory_vector_layer_memorylayer_scaffo_12b42341,scaffold_root_command_templates_404fed7f,scaffold_script_template_registry_69312d4e,scaffold_shell_templates_0ad0f915,scaffold_surfaces_12d6494e,node_agent_mmd_orchestration_layer_orchestration_scaf_ff8f92f6,node_agent_mmd_memory_vector_layer_memorylayer_scaffo_a86eece1,scaffold_workflow_template_92310587,eval_seed_5699fd3e,index_7_b61a3f30,review_context_1_e3afed15,memory_gate_1_265164ac,branch_enforcer_acb749cd,cli_args_5_09ea29f0,node_agent_mmd_tool_layer_toollayer_cli_cli_2_1_32d9eeaf,node_agent_mmd_memory_vector_layer_memorylayer_cli_cl_1f1f89ab,node_agent_mmd_tool_layer_toollayer_metrics_tracker_m_4c9237d8,node_agent_mmd_memory_vector_layer_memorylayer_metric_12562178,types_16_0fae1112,validator_4_5180cf23,node_agent_mmd_orchestration_layer_orchestration_clas_899b821a,node_agent_mmd_memory_vector_layer_memorylayer_classi_1ebbf5ff,node_agent_mmd_orchestration_layer_orchestration_tool_cc43149f,node_agent_mmd_tool_layer_toollayer_tooling_baseline__61e66e9f,node_agent_mmd_memory_vector_layer_memorylayer_toolin_14f86b00,claim_helpers_20dc8387,types_21_5756f9dc,local_memory_smoke_1175abfc,local_memory_0db17ecc,performance_overload_c685bfcf,node_agent_mmd_orchestration_layer_orchestration_sugg_85c5ebe3,node_agent_mmd_memory_vector_layer_memorylayer_sugges_267f408d,node_agent_mmd_llm_model_layer_llmlayer_prompt_contex_6426acc2,node_agent_mmd_memory_vector_layer_memorylayer_prompt_55c0d605,types_28_4476fcc6,policy_1_fc4198db,node_agent_mmd_tool_layer_toollayer_runtime_card_code_3636ceac,node_agent_mmd_memory_vector_layer_memorylayer_runtim_a5d23e7f,cli_11_338a8415,collector_0736fd5b,types_31_eb363e20,overload_guard_2748c559 memNode
